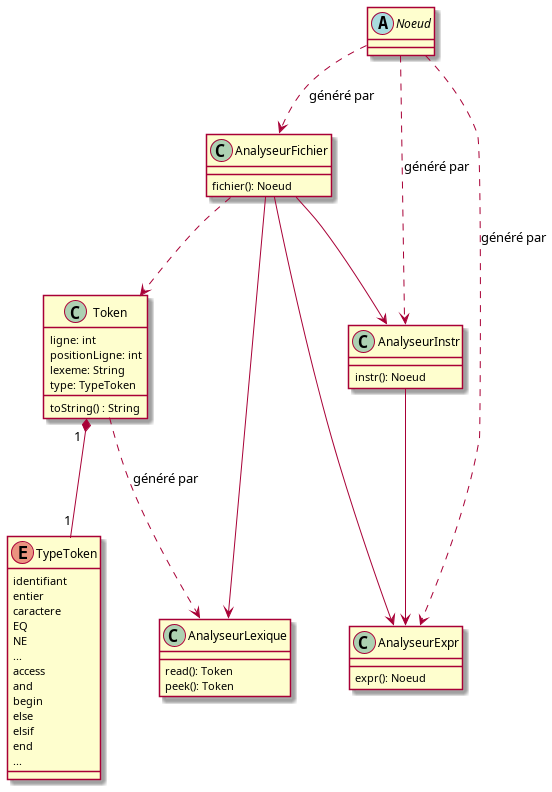
Earlier version of the PlantUML export diagrammes/classes.png (LucasEBSkora/projet-compilateur-PCL).
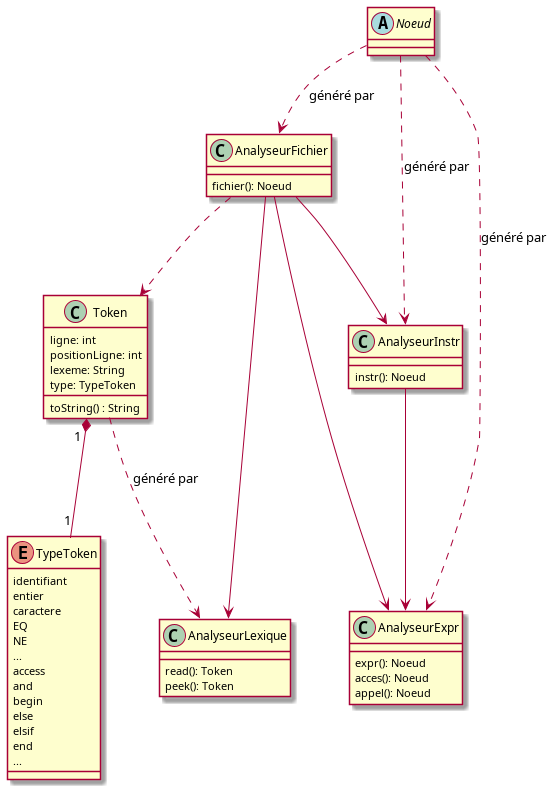
The same diagram one commit later.

Change to the diagram source:
```diff
@@ -14,6 +14,8 @@
 
 class AnalyseurExpr {
   expr(): Noeud
+  acces(): Noeud
+  appel(): Noeud
 }
 
 class Token {
```
